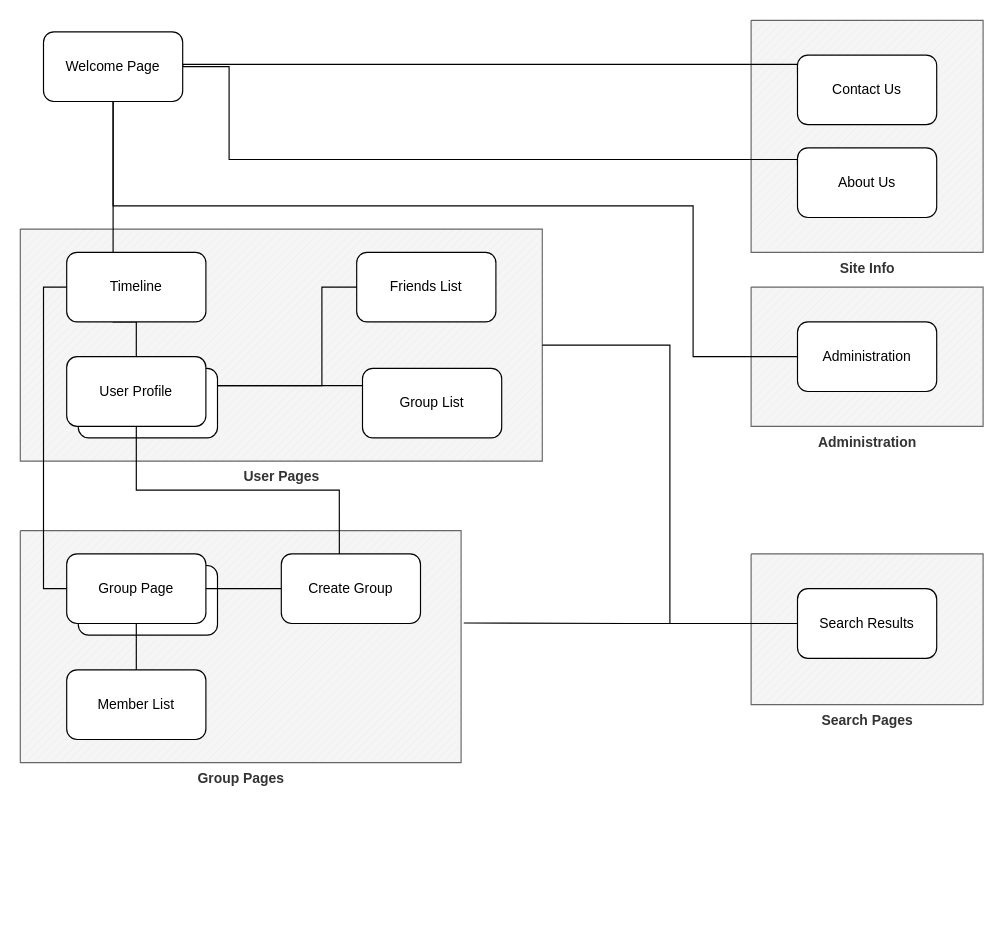
Before: Sitemap.drawio in DreFlo/lbaw-2122, a draw.io diagram. Source tidied: cells renumbered, new cells numbered last; positions are measured from the earlier drawing's top-left corner, leaving out a move shared by most shapes. Both pictures are drawn from the tidied source at 116%, with x=0, y=0 at pixel (20, 20).
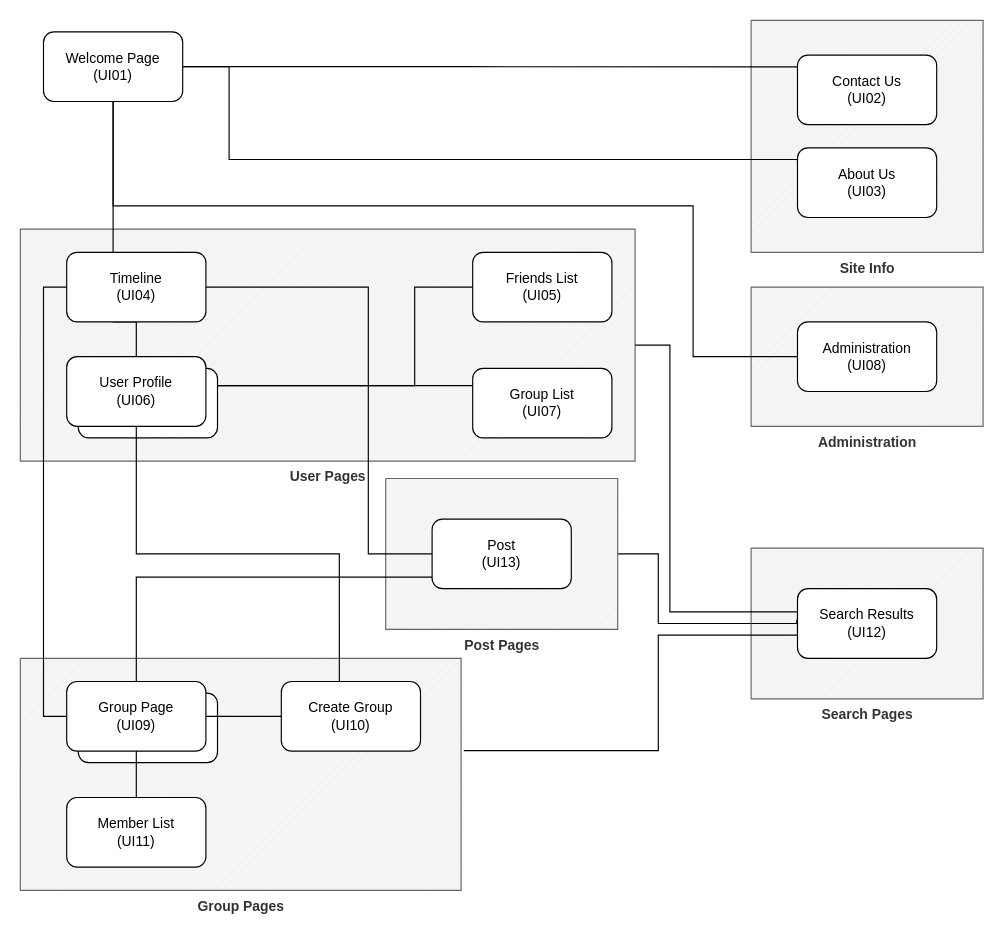
Above is the later version.

Unchanged cells that the change refers to:
```xml
<mxCell id="6" value="Site Info" style="verticalLabelPosition=bottom;verticalAlign=top;html=1;shape=mxgraph.basic.patternFillRect;fillStyle=diag;step=5;fillStrokeWidth=0.2;fillStrokeColor=#dddddd;fillColor=#f5f5f5;strokeColor=#666666;fontColor=#333333;fontStyle=1;labelPosition=center;align=center;" parent="1" vertex="1">
  <mxGeometry x="630" width="200" height="200" as="geometry" />
</mxCell>
<mxCell id="18" style="rounded=1;whiteSpace=wrap;html=1;verticalAlign=middle;" parent="1" vertex="1">
  <mxGeometry x="50" y="300" width="120" height="60" as="geometry" />
</mxCell>
```

Change to the diagram source:
```diff
@@
+    <mxCell id="36" style="edgeStyle=orthogonalEdgeStyle;rounded=0;jettySize=auto;html=1;exitX=1;exitY=0.5;exitDx=0;exitDy=0;exitPerimeter=0;endArrow=none;endFill=0;" parent="1" edge="1" source="37" target="26">
+      <mxGeometry relative="1" as="geometry">
+        <Array as="points">
+          <mxPoint x="550" y="460" />
+          <mxPoint x="550" y="520" />
+        </Array>
+      </mxGeometry>
+    </mxCell>
+    <mxCell id="37" value="&lt;b&gt;Post Pages&lt;/b&gt;" style="verticalLabelPosition=bottom;verticalAlign=top;html=1;shape=mxgraph.basic.patternFillRect;fillStyle=diag;step=5;fillStrokeWidth=0.2;fillStrokeColor=#dddddd;fillColor=#f5f5f5;strokeColor=#666666;fontColor=#333333;" parent="1" vertex="1">
+      <mxGeometry x="315" y="395" width="200" height="130" as="geometry" />
+    </mxCell>
     <mxCell id="2" value="&lt;b&gt;Search Pages&lt;/b&gt;" style="verticalLabelPosition=bottom;verticalAlign=top;html=1;shape=mxgraph.basic.patternFillRect;fillStyle=diag;step=5;fillStrokeWidth=0.2;fillStrokeColor=#dddddd;fillColor=#f5f5f5;strokeColor=#666666;fontColor=#333333;" parent="1" vertex="1">
-      <mxGeometry x="630" y="460" width="200" height="130" as="geometry" />
+      <mxGeometry x="630" y="455" width="200" height="130" as="geometry" />
     </mxCell>
@@
     <mxCell id="4" value="&lt;b&gt;Group Pages&lt;/b&gt;" style="verticalLabelPosition=bottom;verticalAlign=top;html=1;shape=mxgraph.basic.patternFillRect;fillStyle=diag;step=5;fillStrokeWidth=0.2;fillStrokeColor=#dddddd;fillColor=#f5f5f5;strokeColor=#666666;fontColor=#333333;" parent="1" vertex="1">
-      <mxGeometry y="440" width="380" height="200" as="geometry" />
+      <mxGeometry y="550" width="380" height="200" as="geometry" />
     </mxCell>
     <mxCell id="5" value="&lt;b&gt;User Pages&lt;/b&gt;" style="verticalLabelPosition=bottom;verticalAlign=top;html=1;shape=mxgraph.basic.patternFillRect;fillStyle=diag;step=5;fillStrokeWidth=0.2;fillStrokeColor=#dddddd;fillColor=#f5f5f5;strokeColor=#666666;fontColor=#333333;" parent="1" vertex="1">
-      <mxGeometry y="180" width="450" height="200" as="geometry" />
+      <mxGeometry y="180" width="530" height="200" as="geometry" />
     </mxCell>
@@
-    <mxCell id="7" style="edgeStyle=orthogonalEdgeStyle;rounded=0;jettySize=auto;html=1;exitX=1;exitY=0.5;exitDx=0;exitDy=0;endArrow=none;endFill=0;entryX=0;entryY=0.25;entryDx=0;entryDy=0;" parent="1" edge="1" source="12" target="14">
-      <mxGeometry relative="1" as="geometry">
-        <Array as="points">
-          <mxPoint x="140" y="38" />
-          <mxPoint x="670" y="38" />
-        </Array>
-      </mxGeometry>
-    </mxCell>
@@
+    <mxCell id="38" style="edgeStyle=orthogonalEdgeStyle;rounded=0;jettySize=auto;html=1;exitX=1;exitY=0.5;exitDx=0;exitDy=0;entryX=0.353;entryY=0.201;entryDx=0;entryDy=0;entryPerimeter=0;" parent="1" edge="1" source="12" target="6">
+      <mxGeometry relative="1" as="geometry" />
+    </mxCell>
-    <mxCell id="12" value="Welcome Page" style="rounded=1;whiteSpace=wrap;html=1;" parent="1" vertex="1">
+    <mxCell id="12" value="Welcome Page&lt;br&gt;(UI01)" style="rounded=1;whiteSpace=wrap;html=1;" parent="1" vertex="1">
       <mxGeometry x="20" y="10" width="120" height="60" as="geometry" />
     </mxCell>
-    <mxCell id="13" value="About Us" style="rounded=1;whiteSpace=wrap;html=1;" parent="1" vertex="1">
+    <mxCell id="13" value="About Us&lt;br&gt;(UI03)" style="rounded=1;whiteSpace=wrap;html=1;" parent="1" vertex="1">
       <mxGeometry x="670" y="110" width="120" height="60" as="geometry" />
     </mxCell>
-    <mxCell id="14" value="Contact Us" style="rounded=1;whiteSpace=wrap;html=1;" parent="1" vertex="1">
+    <mxCell id="14" value="Contact Us&lt;br&gt;(UI02)" style="rounded=1;whiteSpace=wrap;html=1;" parent="1" vertex="1">
       <mxGeometry x="670" y="30" width="120" height="60" as="geometry" />
     </mxCell>
-    <mxCell id="15" value="Friends List" style="rounded=1;whiteSpace=wrap;html=1;" parent="1" vertex="1">
-      <mxGeometry x="290" y="200" width="120" height="60" as="geometry" />
+    <mxCell id="15" value="Friends List&lt;br&gt;(UI05)" style="rounded=1;whiteSpace=wrap;html=1;" parent="1" vertex="1">
+      <mxGeometry x="390" y="200" width="120" height="60" as="geometry" />
     </mxCell>
@@
     <mxCell id="17" style="edgeStyle=orthogonalEdgeStyle;rounded=0;jettySize=auto;html=1;exitX=1;exitY=0.25;exitDx=0;exitDy=0;entryX=0;entryY=0.5;entryDx=0;entryDy=0;endArrow=none;endFill=0;" parent="1" edge="1" source="18" target="15">
       <mxGeometry relative="1" as="geometry">
         <Array as="points">
-          <mxPoint x="260" y="315" />
-          <mxPoint x="260" y="230" />
+          <mxPoint x="340" y="315" />
+          <mxPoint x="340" y="230" />
         </Array>
       </mxGeometry>
     </mxCell>
@@
-    <mxCell id="19" value="Group List" style="rounded=1;whiteSpace=wrap;html=1;" parent="1" vertex="1">
-      <mxGeometry x="295" y="300" width="120" height="60" as="geometry" />
+    <mxCell id="19" value="Group List&lt;br&gt;(UI07)" style="rounded=1;whiteSpace=wrap;html=1;" parent="1" vertex="1">
+      <mxGeometry x="390" y="300" width="120" height="60" as="geometry" />
     </mxCell>
@@
-    <mxCell id="21" value="User Profile" style="rounded=1;whiteSpace=wrap;html=1;" parent="1" vertex="1">
+    <mxCell id="21" value="User Profile&lt;br&gt;(UI06)" style="rounded=1;whiteSpace=wrap;html=1;" parent="1" vertex="1">
       <mxGeometry x="40" y="290" width="120" height="60" as="geometry" />
     </mxCell>
-    <mxCell id="22" value="Member List" style="rounded=1;whiteSpace=wrap;html=1;verticalAlign=middle;" parent="1" vertex="1">
-      <mxGeometry x="40" y="560" width="120" height="60" as="geometry" />
+    <mxCell id="22" value="Member List&lt;br&gt;(UI11)" style="rounded=1;whiteSpace=wrap;html=1;verticalAlign=middle;" parent="1" vertex="1">
+      <mxGeometry x="40" y="670" width="120" height="60" as="geometry" />
     </mxCell>
     <mxCell id="23" style="rounded=1;whiteSpace=wrap;html=1;verticalAlign=middle;" parent="1" vertex="1">
-      <mxGeometry x="50" y="470" width="120" height="60" as="geometry" />
+      <mxGeometry x="50" y="580" width="120" height="60" as="geometry" />
     </mxCell>
     <mxCell id="24" style="edgeStyle=orthogonalEdgeStyle;rounded=0;jettySize=auto;html=1;exitX=0;exitY=0.5;exitDx=0;exitDy=0;entryX=1;entryY=0.5;entryDx=0;entryDy=0;entryPerimeter=0;endArrow=none;endFill=0;" parent="1" edge="1" source="26" target="5">
-      <mxGeometry relative="1" as="geometry" />
+      <mxGeometry relative="1" as="geometry">
+        <Array as="points">
+          <mxPoint x="670" y="510" />
+          <mxPoint x="560" y="510" />
+          <mxPoint x="560" y="280" />
+        </Array>
+      </mxGeometry>
     </mxCell>
     <mxCell id="25" style="edgeStyle=orthogonalEdgeStyle;rounded=0;jettySize=auto;html=1;exitX=0;exitY=0.5;exitDx=0;exitDy=0;entryX=1.006;entryY=0.398;entryDx=0;entryDy=0;entryPerimeter=0;endArrow=none;endFill=0;" parent="1" edge="1" source="26" target="4">
-      <mxGeometry relative="1" as="geometry" />
+      <mxGeometry relative="1" as="geometry">
+        <Array as="points">
+          <mxPoint x="670" y="530" />
+          <mxPoint x="550" y="530" />
+          <mxPoint x="550" y="630" />
+        </Array>
+      </mxGeometry>
     </mxCell>
-    <mxCell id="26" value="Search Results" style="rounded=1;whiteSpace=wrap;html=1;verticalAlign=middle;" parent="1" vertex="1">
+    <mxCell id="26" value="Search Results&lt;br&gt;(UI12)" style="rounded=1;whiteSpace=wrap;html=1;verticalAlign=middle;" parent="1" vertex="1">
       <mxGeometry x="670" y="490" width="120" height="60" as="geometry" />
     </mxCell>
@@
+    <mxCell id="39" style="edgeStyle=orthogonalEdgeStyle;rounded=0;jettySize=auto;html=1;exitX=0.5;exitY=0;exitDx=0;exitDy=0;endArrow=none;endFill=0;entryX=0.236;entryY=0.506;entryDx=0;entryDy=0;entryPerimeter=0;" parent="1" edge="1" source="28" target="37">
+      <mxGeometry relative="1" as="geometry">
+        <Array as="points">
+          <mxPoint x="100" y="480" />
+          <mxPoint x="362" y="480" />
+        </Array>
+      </mxGeometry>
+    </mxCell>
-    <mxCell id="28" value="Group Page" style="rounded=1;whiteSpace=wrap;html=1;" parent="1" vertex="1">
-      <mxGeometry x="40" y="460" width="120" height="60" as="geometry" />
+    <mxCell id="28" value="Group Page&lt;br&gt;(UI09)" style="rounded=1;whiteSpace=wrap;html=1;" parent="1" vertex="1">
+      <mxGeometry x="40" y="570" width="120" height="60" as="geometry" />
     </mxCell>
@@
-    <mxCell id="30" value="Create Group" style="rounded=1;whiteSpace=wrap;html=1;verticalAlign=middle;" parent="1" vertex="1">
-      <mxGeometry x="225" y="460" width="120" height="60" as="geometry" />
+    <mxCell id="30" value="Create Group&lt;br&gt;(UI10)" style="rounded=1;whiteSpace=wrap;html=1;verticalAlign=middle;" parent="1" vertex="1">
+      <mxGeometry x="225" y="570" width="120" height="60" as="geometry" />
     </mxCell>
@@
+    <mxCell id="40" style="edgeStyle=orthogonalEdgeStyle;rounded=0;jettySize=auto;html=1;exitX=1;exitY=0.5;exitDx=0;exitDy=0;entryX=0.348;entryY=0.436;entryDx=0;entryDy=0;entryPerimeter=0;endArrow=none;endFill=0;" parent="1" edge="1" source="33" target="37">
+      <mxGeometry relative="1" as="geometry">
+        <Array as="points">
+          <mxPoint x="300" y="230" />
+          <mxPoint x="300" y="460" />
+          <mxPoint x="385" y="460" />
+        </Array>
+      </mxGeometry>
+    </mxCell>
-    <mxCell id="33" value="Timeline" style="rounded=1;whiteSpace=wrap;html=1;verticalAlign=middle;" parent="1" vertex="1">
+    <mxCell id="33" value="Timeline&lt;br&gt;(UI04)" style="rounded=1;whiteSpace=wrap;html=1;verticalAlign=middle;" parent="1" vertex="1">
       <mxGeometry x="40" y="200" width="120" height="60" as="geometry" />
     </mxCell>
-    <mxCell id="34" value="Administration" style="rounded=1;whiteSpace=wrap;html=1;verticalAlign=middle;" parent="1" vertex="1">
+    <mxCell id="34" value="Administration&lt;br&gt;(UI08)" style="rounded=1;whiteSpace=wrap;html=1;verticalAlign=middle;" parent="1" vertex="1">
       <mxGeometry x="670" y="260" width="120" height="60" as="geometry" />
     </mxCell>
@@
+    <mxCell id="41" value="Post&lt;br&gt;(UI13)" style="rounded=1;whiteSpace=wrap;html=1;" parent="1" vertex="1">
+      <mxGeometry x="355" y="430" width="120" height="60" as="geometry" />
+    </mxCell>
+    <mxCell id="42" style="edgeStyle=orthogonalEdgeStyle;rounded=0;orthogonalLoop=1;jettySize=auto;html=1;exitX=0;exitY=0.5;exitDx=0;exitDy=0;exitPerimeter=0;entryX=0.197;entryY=0.475;entryDx=0;entryDy=0;entryPerimeter=0;endArrow=none;endFill=0;" parent="1" edge="1" source="2" target="2">
+      <mxGeometry relative="1" as="geometry" />
+    </mxCell>
```
